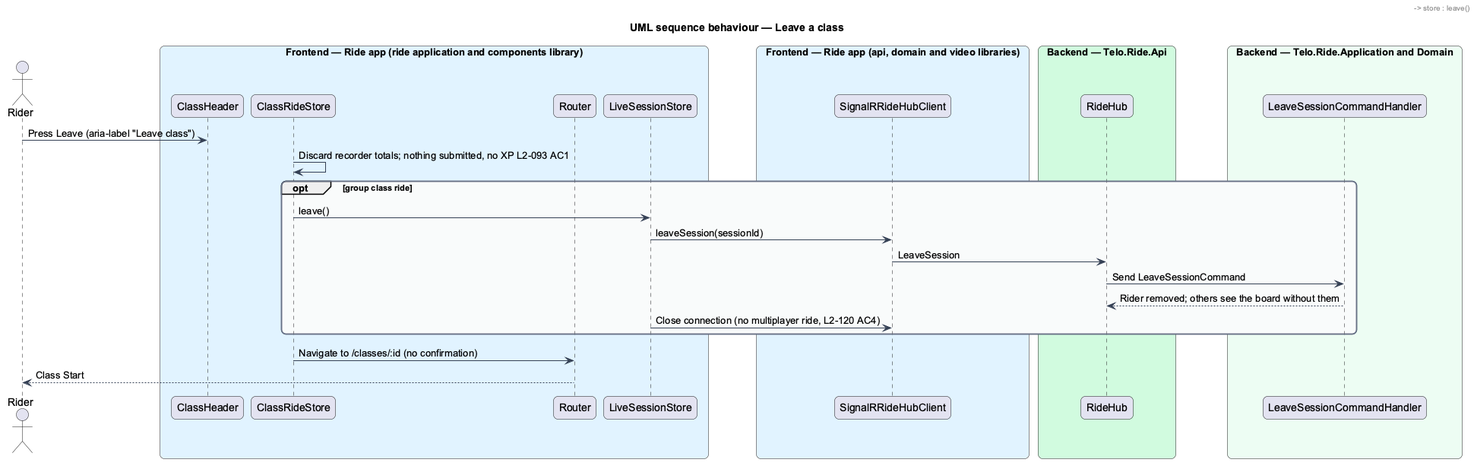
Before: docs/detailed-designs/classes/pause-leave-or-finish-a-class/diagrams/sequence-leave-a-class.png, a diagram exported from PlantUML (QuinntyneBrown/ride-one). Its diagram source:
```plantuml
@startuml
title UML sequence behaviour — Leave a class
skinparam backgroundColor #FFFFFF
skinparam shadowing false
skinparam roundcorner 12
skinparam defaultFontName Arial
skinparam ArrowColor #344054
skinparam rectangle {
  BorderColor #344054
  FontColor #101828
}
skinparam package {
  BorderColor #667085
  FontColor #101828
  BackgroundColor #F9FAFB
}
actor "Rider" as rider
box "Frontend — Ride app (ride application and components library)" #E0F2FE
  participant "ClassHeader" as header
  participant "ClassRideStore" as store
  participant "Router" as router
  participant "LiveSessionStore" as live
end box
box "Frontend — Ride app (api, domain and video libraries)" #E0F2FE
  participant "SignalRRideHubClient" as hub
end box
box "Backend — Telo.Ride.Api" #D1FADF
  participant "RideHub" as rhub
end box
box "Backend — Telo.Ride.Application and Domain" #ECFDF3
  participant "LeaveSessionCommandHandler" as handler
end box
rider -> header : Press Leave (aria-label "Leave class")
header -> store : leave()
store -> store : Discard recorder totals; nothing submitted, no XP L2-093 AC1
opt group class ride
  store -> live : leave()
  live -> hub : leaveSession(sessionId)
  hub -> rhub : LeaveSession
  rhub -> handler : Send LeaveSessionCommand
  handler --> rhub : Rider removed; others see the board without them
  live -> hub : Close connection (no multiplayer ride, L2-120 AC4)
end
store -> router : Navigate to /classes/:id (no confirmation)
router --> rider : Class Start
@enduml
```
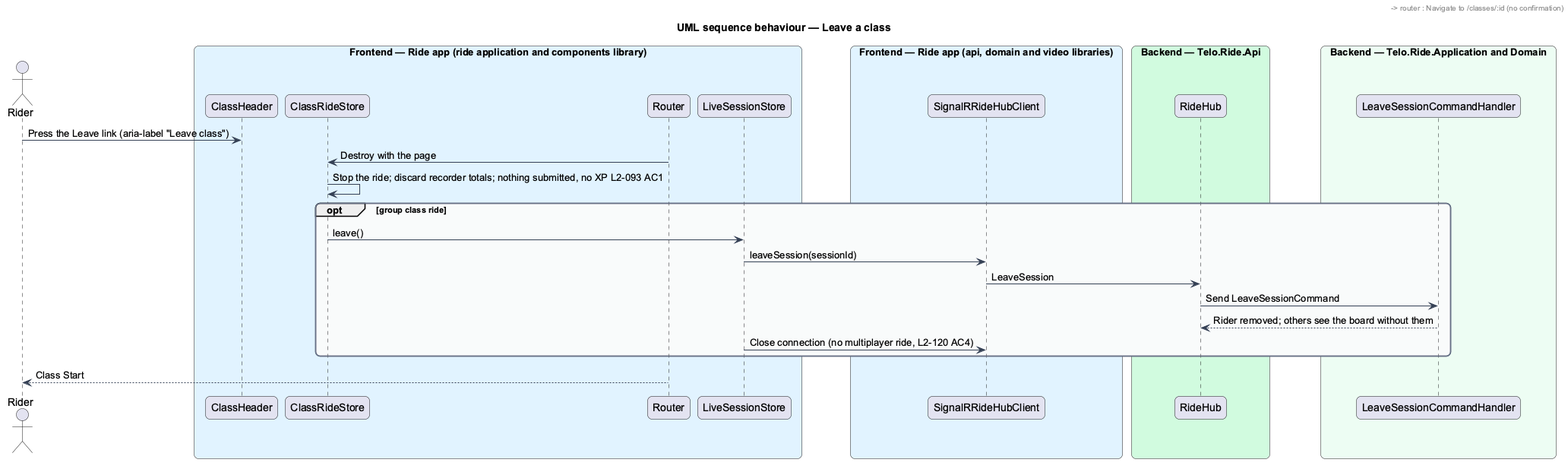
The same file after the commit.

Commit message:
Bring the pause, leave and finish design in line with what was built

The edit, as a diff of the source:
```diff
@@ -30,9 +30,10 @@
 box "Backend — Telo.Ride.Application and Domain" #ECFDF3
   participant "LeaveSessionCommandHandler" as handler
 end box
-rider -> header : Press Leave (aria-label "Leave class")
-header -> store : leave()
-store -> store : Discard recorder totals; nothing submitted, no XP L2-093 AC1
+rider -> header : Press the Leave link (aria-label "Leave class")
+header -> router : Navigate to /classes/:id (no confirmation)
+router -> store : Destroy with the page
+store -> store : Stop the ride; discard recorder totals; nothing submitted, no XP L2-093 AC1
 opt group class ride
   store -> live : leave()
   live -> hub : leaveSession(sessionId)
@@ -41,6 +42,5 @@
   handler --> rhub : Rider removed; others see the board without them
   live -> hub : Close connection (no multiplayer ride, L2-120 AC4)
 end
-store -> router : Navigate to /classes/:id (no confirmation)
 router --> rider : Class Start
 @enduml
```
